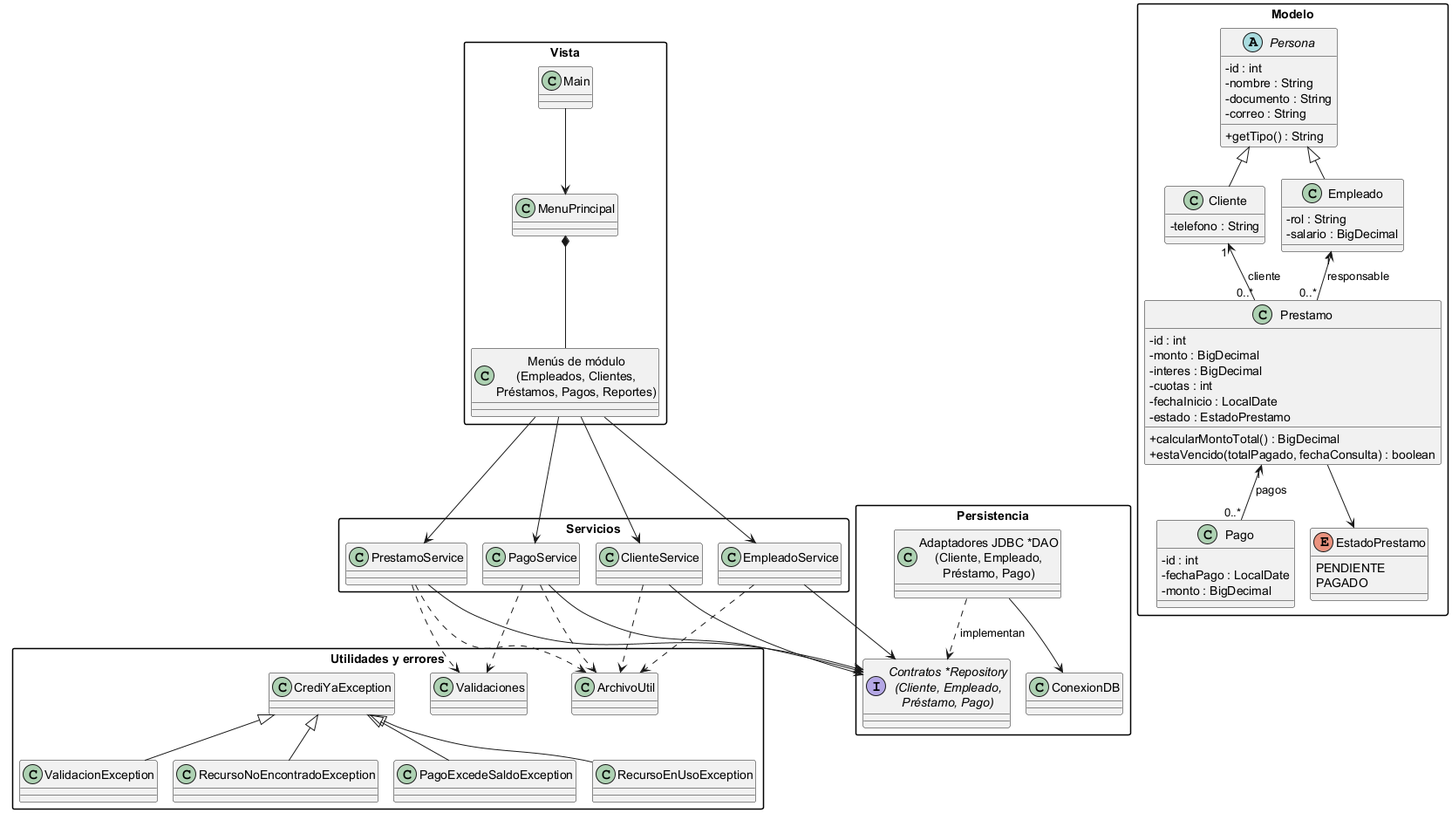
Before: docs/UML_CrediYa.png, a diagram exported from PlantUML (alejo-lopez09/Examen_CrediYa_AlejandroLopez). Its diagram source:
```plantuml
@startuml UML_CrediYa

!pragma layout smetana
skinparam classAttributeIconSize 0
skinparam packageStyle rectangle

package "Vista" {
  class Main
  class MenuPrincipal
  class "Menús de módulo\n(Empleados, Clientes,\nPréstamos, Pagos, Reportes)" as MenusModulo
}

package "Servicios" {
  class EmpleadoService
  class ClienteService
  class PrestamoService
  class PagoService
}

package "Modelo" {
  abstract class Persona {
    - id : int
    - nombre : String
    - documento : String
    - correo : String
    + getTipo() : String
  }
  class Empleado {
    - rol : String
    - salario : BigDecimal
  }
  class Cliente {
    - telefono : String
  }
  class Prestamo {
    - id : int
    - monto : BigDecimal
    - interes : BigDecimal
    - cuotas : int
    - fechaInicio : LocalDate
    - estado : EstadoPrestamo
    + calcularMontoTotal() : BigDecimal
    + estaVencido(totalPagado, fechaConsulta) : boolean
  }
  class Pago {
    - id : int
    - fechaPago : LocalDate
    - monto : BigDecimal
  }
  enum EstadoPrestamo {
    PENDIENTE
    PAGADO
  }
}

package "Persistencia" {
  interface "Contratos *Repository\n(Cliente, Empleado,\nPréstamo, Pago)" as Repositories
  class "Adaptadores JDBC *DAO\n(Cliente, Empleado,\nPréstamo, Pago)" as JdbcDaos
  class ConexionDB
}

package "Utilidades y errores" {
  class ArchivoUtil
  class Validaciones
  class CrediYaException
  class ValidacionException
  class RecursoNoEncontradoException
  class PagoExcedeSaldoException
  class RecursoEnUsoException
}

Persona <|-- Empleado
Persona <|-- Cliente
Cliente "1" <-- "0..*" Prestamo : cliente
Empleado "1" <-- "0..*" Prestamo : responsable
Prestamo "1" <-- "0..*" Pago : pagos
Prestamo --> EstadoPrestamo

Main --> MenuPrincipal
MenuPrincipal *-- MenusModulo
MenusModulo --> EmpleadoService
MenusModulo --> ClienteService
MenusModulo --> PrestamoService
MenusModulo --> PagoService
EmpleadoService --> Repositories
ClienteService --> Repositories
PrestamoService --> Repositories
PagoService --> Repositories
JdbcDaos ..> Repositories : implementan
JdbcDaos --> ConexionDB
EmpleadoService ..> ArchivoUtil
ClienteService ..> ArchivoUtil
PrestamoService ..> ArchivoUtil
PagoService ..> ArchivoUtil
PrestamoService ..> Validaciones
PagoService ..> Validaciones
CrediYaException <|-- ValidacionException
CrediYaException <|-- RecursoNoEncontradoException
CrediYaException <|-- PagoExcedeSaldoException
CrediYaException <|-- RecursoEnUsoException

@enduml
```
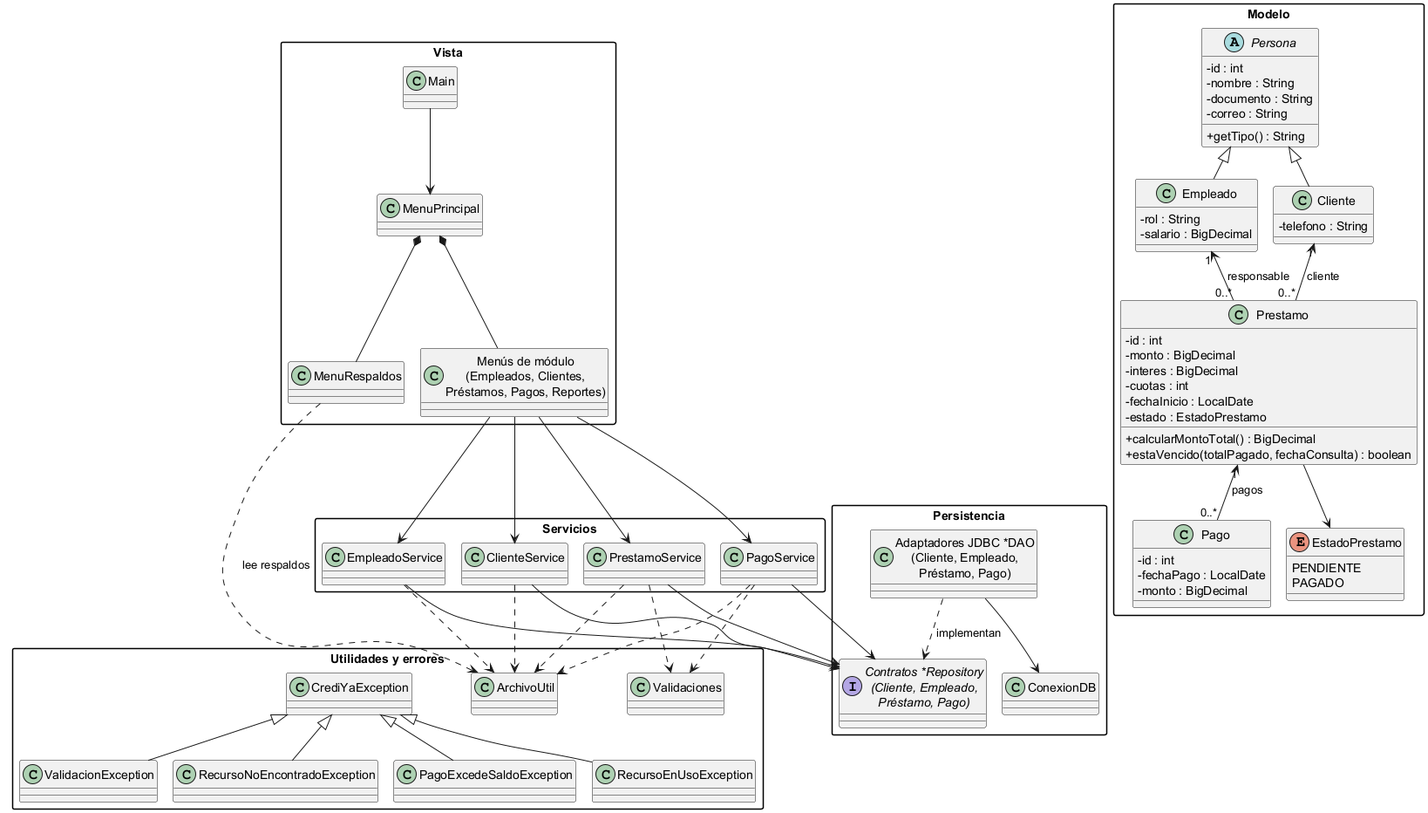
Later version of the same file.

Change to the diagram source:
```diff
@@ -7,6 +7,7 @@
 package "Vista" {
   class Main
   class MenuPrincipal
+  class MenuRespaldos
   class "Menús de módulo\n(Empleados, Clientes,\nPréstamos, Pagos, Reportes)" as MenusModulo
 }
 
@@ -78,6 +79,8 @@
 
 Main --> MenuPrincipal
 MenuPrincipal *-- MenusModulo
+MenuPrincipal *-- MenuRespaldos
+MenuRespaldos ..> ArchivoUtil : lee respaldos
 MenusModulo --> EmpleadoService
 MenusModulo --> ClienteService
 MenusModulo --> PrestamoService
```
